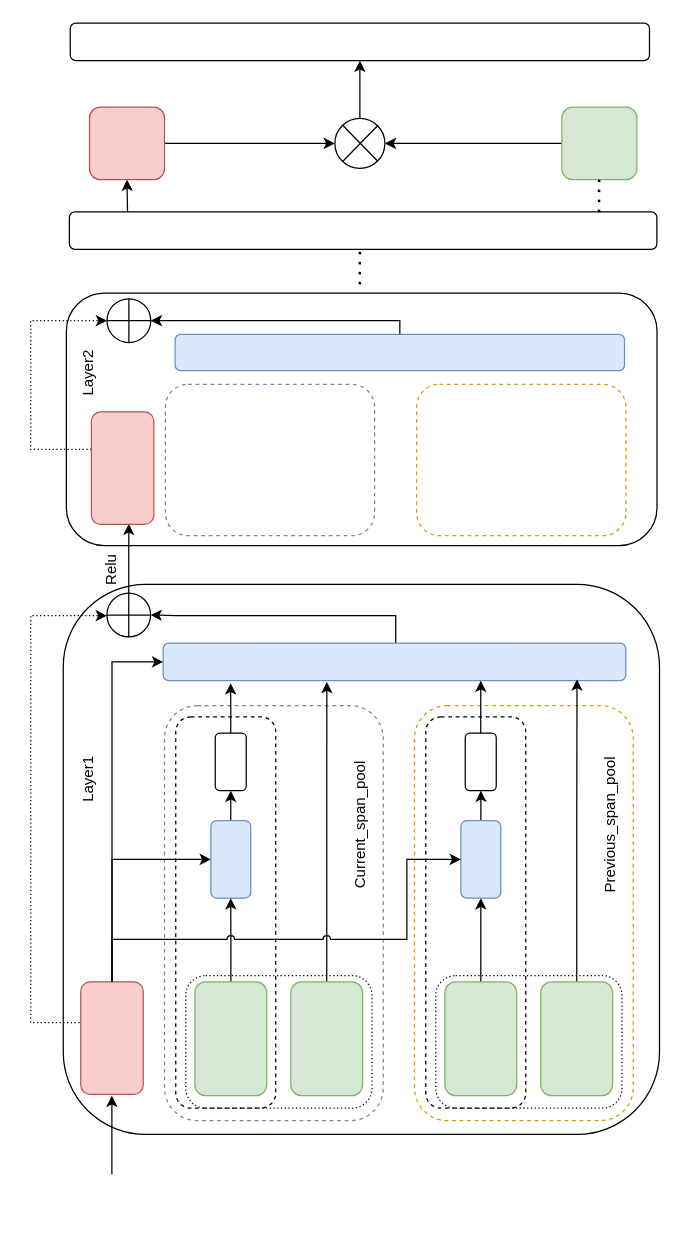
This is MyGNN_easy.drawio from ZYNsama666/BackUp, a draw.io file, before an edit. Source tidied: cells renumbered, new cells numbered last; positions are measured from the earlier drawing's top-left corner, leaving out a move shared by most shapes. Both pictures are drawn from the tidied source at 125%, with x=0, y=0 at pixel (30, 22).
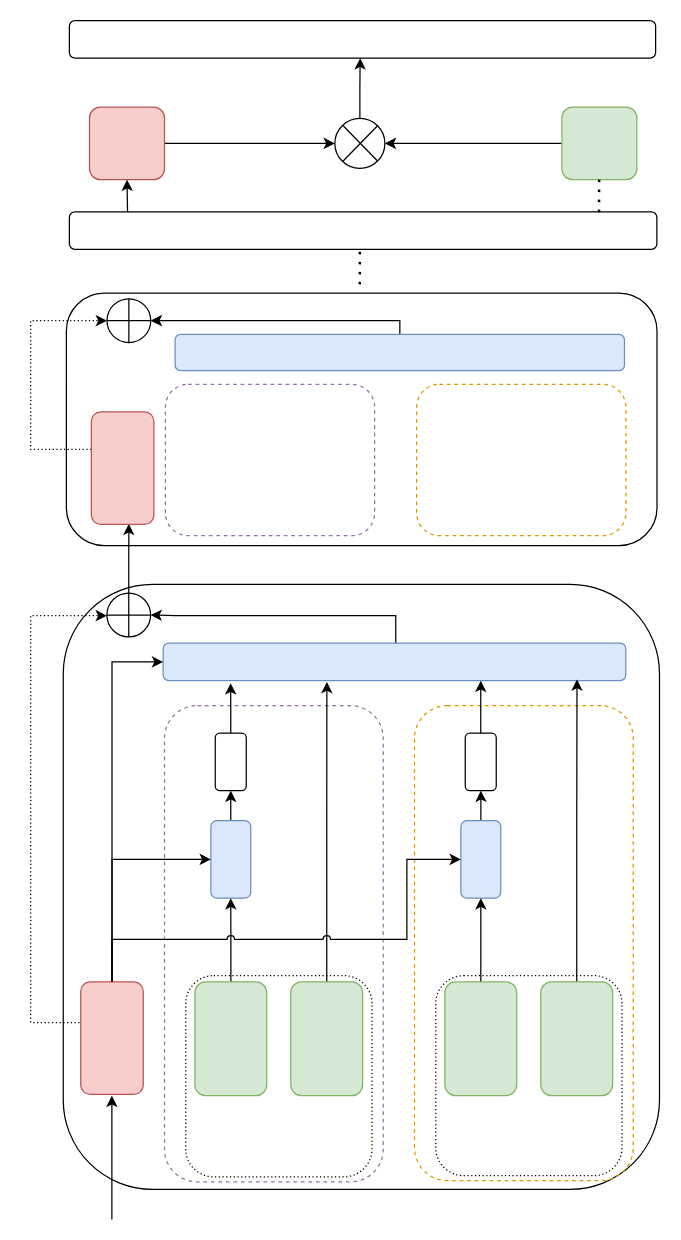
The same page after the edit.

The change refers to these unchanged cells:
```xml
<mxCell id="13" style="ellipse;whiteSpace=wrap;html=1;" parent="1" vertex="1">
  <mxGeometry x="243.4" y="76.2" width="40" height="40" as="geometry" />
</mxCell>
```

Change to the diagram source:
```diff
@@
+    <mxCell id="4" style="rounded=1;whiteSpace=wrap;html=1;fillColor=none;glass=0;strokeColor=default;" parent="1" vertex="1">
+      <mxGeometry x="26.1" y="449" width="477" height="484" as="geometry" />
+    </mxCell>
+    <mxCell id="48" style="rounded=1;whiteSpace=wrap;html=1;dashed=1;fillColor=none;strokeColor=#d79b00;" parent="1" vertex="1">
+      <mxGeometry x="307.1" y="546" width="175" height="380" as="geometry" />
+    </mxCell>
+    <mxCell id="7" style="rounded=1;whiteSpace=wrap;html=1;fillStyle=solid;gradientColor=default;fillColor=none;dashed=1;dashPattern=1 2;" parent="1" vertex="1">
+      <mxGeometry x="124.1" y="762" width="149" height="161" as="geometry" />
+    </mxCell>
@@
-    <mxCell id="4" style="rounded=1;whiteSpace=wrap;html=1;fillColor=none;glass=0;strokeColor=default;" parent="1" vertex="1">
-      <mxGeometry x="26.1" y="449" width="477" height="440" as="geometry" />
-    </mxCell>
     <mxCell id="5" style="rounded=1;whiteSpace=wrap;html=1;dashed=1;fillColor=none;strokeColor=#9673a6;" parent="1" vertex="1">
-      <mxGeometry x="107.1" y="546" width="175" height="332" as="geometry" />
+      <mxGeometry x="107.1" y="546" width="175" height="381" as="geometry" />
     </mxCell>
-    <mxCell id="6" style="rounded=1;whiteSpace=wrap;html=1;dashed=1;" parent="1" vertex="1">
-      <mxGeometry x="116.1" y="555" width="80" height="313" as="geometry" />
-    </mxCell>
-    <mxCell id="7" style="rounded=1;whiteSpace=wrap;html=1;fillStyle=solid;gradientColor=default;fillColor=none;dashed=1;dashPattern=1 2;" parent="1" vertex="1">
-      <mxGeometry x="124.1" y="762" width="149" height="106" as="geometry" />
-    </mxCell>
     <mxCell id="8" style="rounded=1;whiteSpace=wrap;html=1;rotation=0;" parent="1" vertex="1">
-      <mxGeometry x="31.7" width="463.4" height="30" as="geometry" />
+      <mxGeometry x="31" y="-2" width="469" height="30" as="geometry" />
     </mxCell>
@@
-    <mxCell id="12" style="edgeStyle=orthogonalEdgeStyle;rounded=0;jettySize=auto;html=1;entryX=0.5;entryY=1;entryDx=0;entryDy=0;" parent="1" edge="1" source="13" target="8">
+    <mxCell id="12" style="edgeStyle=orthogonalEdgeStyle;rounded=0;jettySize=auto;html=1;entryX=0.496;entryY=1.002;entryDx=0;entryDy=0;entryPerimeter=0;" parent="1" edge="1" source="13" target="8">
       <mxGeometry relative="1" as="geometry" />
     </mxCell>
@@
-    <mxCell id="32" value="Layer1" style="text;html=1;strokeColor=none;fillColor=none;align=center;verticalAlign=middle;whiteSpace=wrap;rounded=0;rotation=-90;" parent="1" vertex="1">
-      <mxGeometry x="16.1" y="590" width="60" height="30" as="geometry" />
-    </mxCell>
-    <mxCell id="33" value="Layer2" style="text;html=1;strokeColor=none;fillColor=none;align=center;verticalAlign=middle;whiteSpace=wrap;rounded=0;rotation=-90;" parent="1" vertex="1">
-      <mxGeometry x="16.1" y="265" width="60" height="30" as="geometry" />
-    </mxCell>
@@
-    <mxCell id="40" value="Relu" style="text;html=1;align=center;verticalAlign=middle;strokeColor=none;fillColor=none;rotation=-90;" parent="1" vertex="1">
-      <mxGeometry x="43.6" y="425" width="43" height="26" as="geometry" />
-    </mxCell>
@@
-    <mxCell id="44" value="Current_span_pool" style="text;html=1;strokeColor=none;fillColor=none;align=center;verticalAlign=middle;whiteSpace=wrap;rounded=0;rotation=-90;" parent="1" vertex="1">
-      <mxGeometry x="233.6" y="627" width="60" height="30" as="geometry" />
-    </mxCell>
     <mxCell id="45" style="endArrow=classic;html=1;rounded=0;" parent="1" edge="1">
       <mxGeometry relative="1" as="geometry">
-        <mxPoint x="65" y="921" as="sourcePoint" />
+        <mxPoint x="65" y="957" as="sourcePoint" />
         <mxPoint x="65" y="858" as="targetPoint" />
       </mxGeometry>
     </mxCell>
@@
-    <mxCell id="48" style="rounded=1;whiteSpace=wrap;html=1;dashed=1;fillColor=none;strokeColor=#d79b00;" parent="1" vertex="1">
-      <mxGeometry x="307.1" y="546" width="175" height="332" as="geometry" />
-    </mxCell>
-    <mxCell id="49" style="rounded=1;whiteSpace=wrap;html=1;dashed=1;" parent="1" vertex="1">
-      <mxGeometry x="316.1" y="555" width="80" height="313" as="geometry" />
-    </mxCell>
     <mxCell id="50" style="rounded=1;whiteSpace=wrap;html=1;fillStyle=solid;gradientColor=default;fillColor=none;dashed=1;dashPattern=1 2;" parent="1" vertex="1">
-      <mxGeometry x="324.1" y="762" width="149" height="106" as="geometry" />
+      <mxGeometry x="324.1" y="762" width="149" height="160" as="geometry" />
     </mxCell>
@@
-    <mxCell id="57" value="Previous_span_pool" style="text;html=1;strokeColor=none;fillColor=none;align=center;verticalAlign=middle;whiteSpace=wrap;rounded=0;rotation=-90;" parent="1" vertex="1">
-      <mxGeometry x="433.6" y="627" width="60" height="30" as="geometry" />
-    </mxCell>
```
